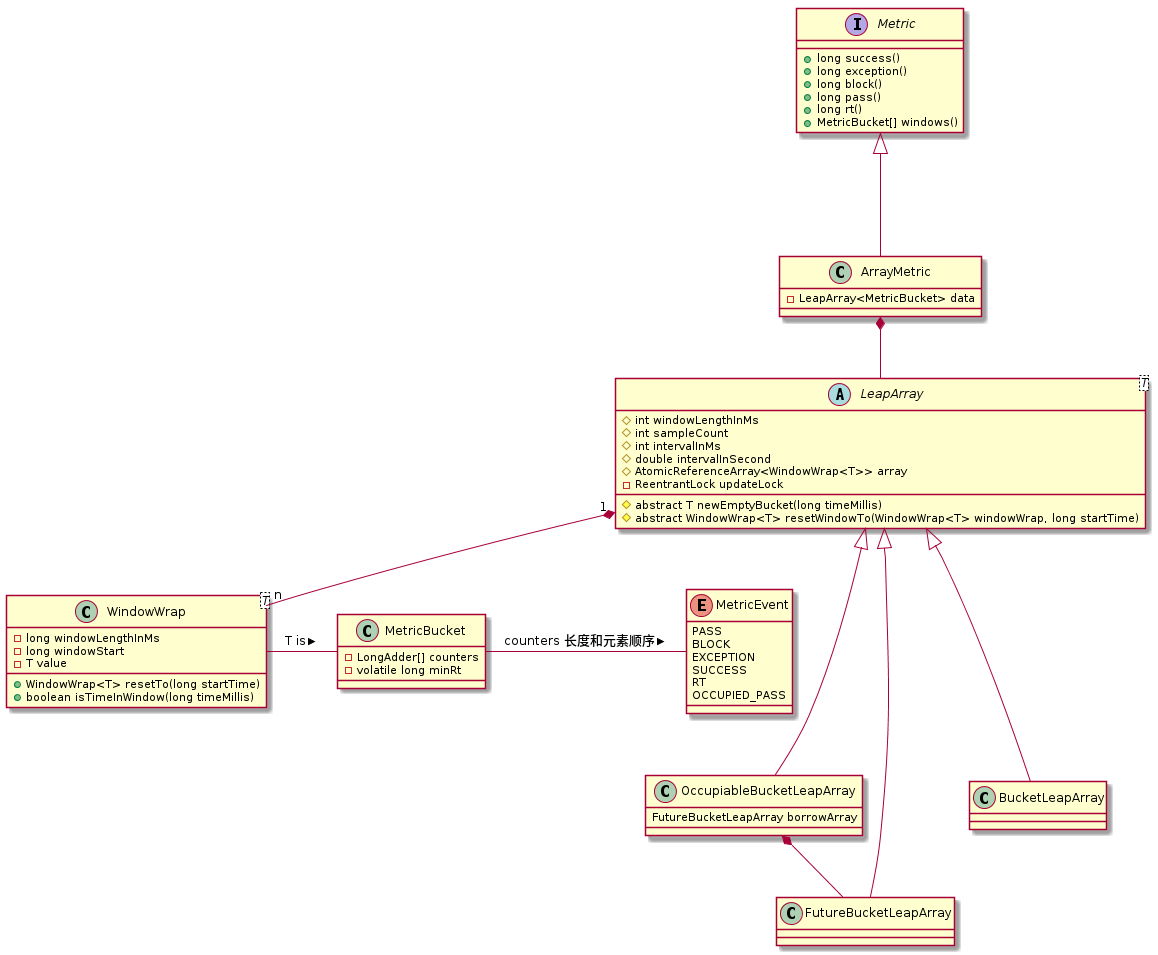
Gh0st99/Gh0st99.github.io keeps this PlantUML diagram as assets/imgs/sentinel/core-class.png. Above is the earlier version.
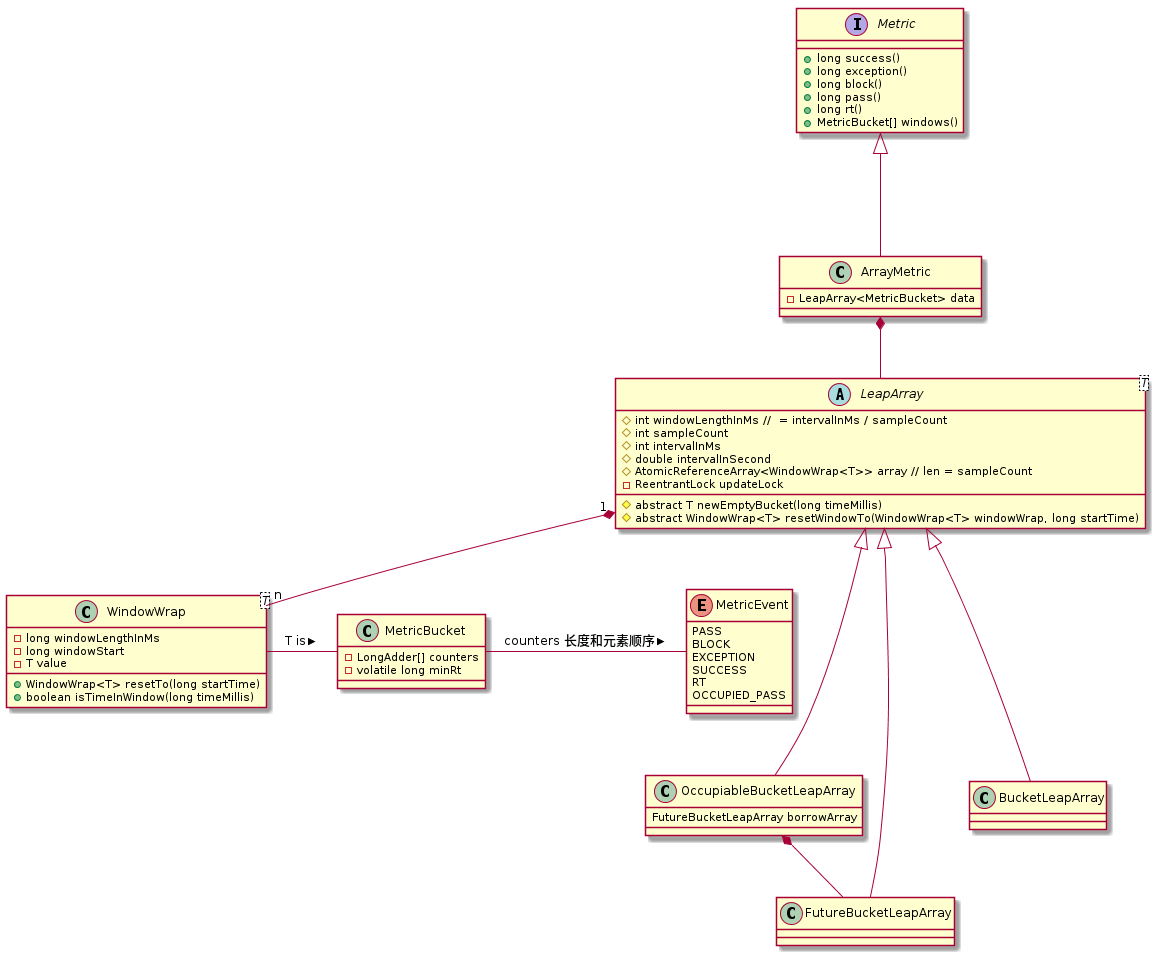
Later version of the same file.

Change to the diagram source:
```diff
@@ -15,11 +15,11 @@
 Metric <|--- ArrayMetric
 
 abstract class LeapArray<T> {
-    # int windowLengthInMs
+    # int windowLengthInMs //  = intervalInMs / sampleCount
     # int sampleCount
     # int intervalInMs
     # double intervalInSecond
-    # AtomicReferenceArray<WindowWrap<T>> array
+    # AtomicReferenceArray<WindowWrap<T>> array // len = sampleCount
     - ReentrantLock updateLock
 
     # abstract T newEmptyBucket(long timeMillis)
```
